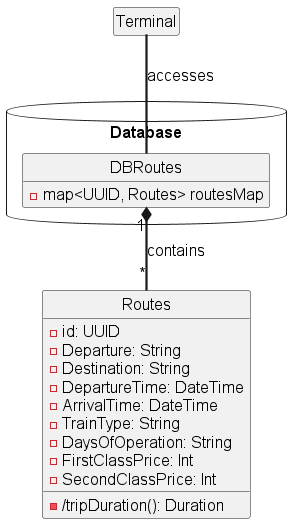
The PlantUML diagram out/docs/domain/Domain Model.png in Cimpo1/SOEN342_2025, before a commit. Its diagram source:
```plantuml
@startuml Domain Model
skinparam style strictuml
skinparam DefaultFontName Arial
skinparam DefaultFontSize 16
skinparam DefaultFontStyle bold
skinparam ArrowThickness 2.2
hide empty members

class "Terminal" as terminal {
}

class "Routes" as routes {
    - id: UUID
    - Departure: String
    - Destination: String
    - DepartureTime: DateTime
    - ArrivalTime: DateTime
    - TrainType: String
    - DaysOfOperation: String
    - FirstClassPrice: Int
    - SecondClassPrice: Int
    - /tripDuration(): Duration
}

package "Database" <<Database>> {
    class "DBRoutes" as DBRoutes {
        - map<UUID, Routes> routesMap
    }
}


terminal  -- DBRoutes : "accesses"

DBRoutes "1" *-- "*" routes : "contains"











@enduml
```
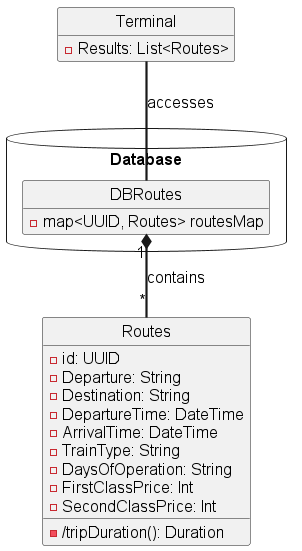
Above is the later version.

The edit, as a diff of the source:
```diff
@@ -7,6 +7,7 @@
 hide empty members
 
 class "Terminal" as terminal {
+    - Results: List<Routes>
 }
 
 class "Routes" as routes {
```
